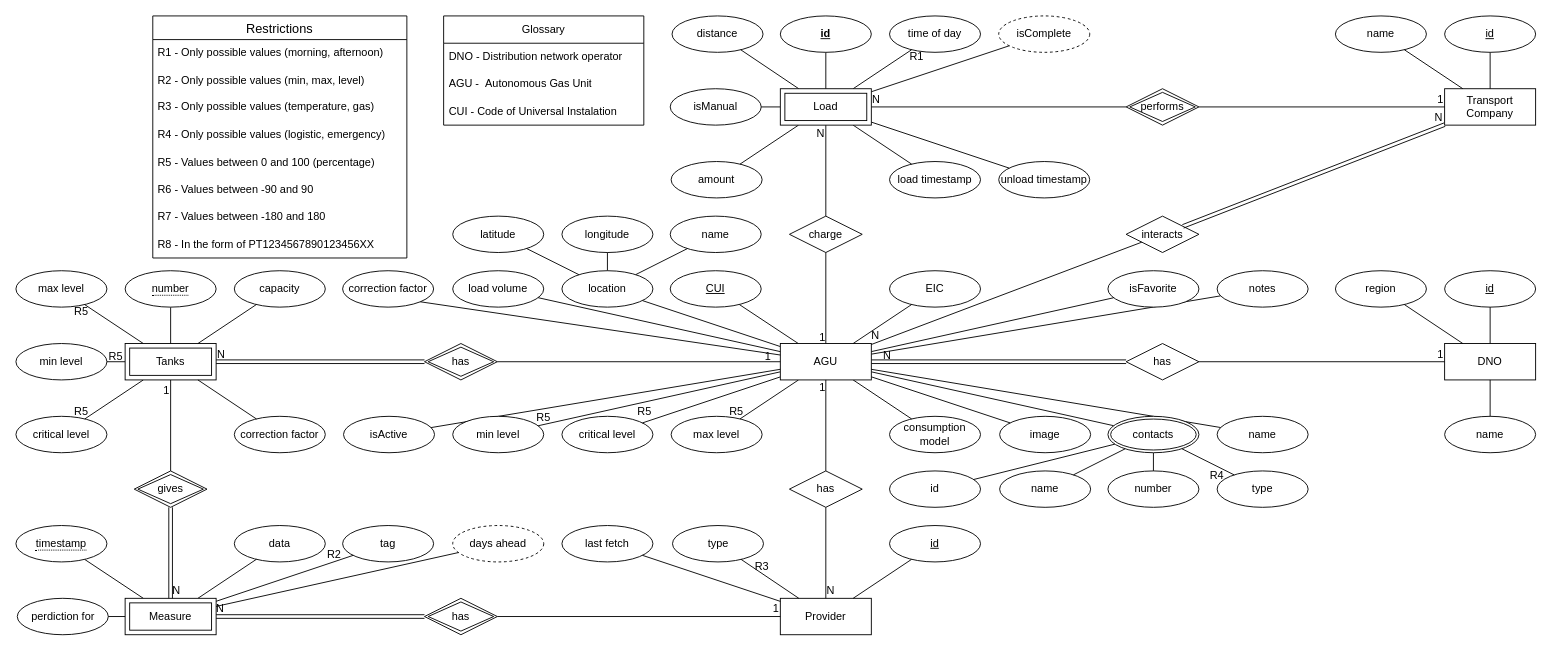
AGU-Data-System/AGU-Data-System keeps this draw.io diagram as page "Progress EA" (3 of 5) of docs/AGU-diagrams.drawio. Above is the earlier version. Source tidied: cells renumbered, new cells numbered last; positions are measured from the earlier drawing's top-left corner, leaving out a move shared by most shapes. Both pictures are drawn from the tidied source at 91%, with x=0, y=0 at pixel (15, 15).
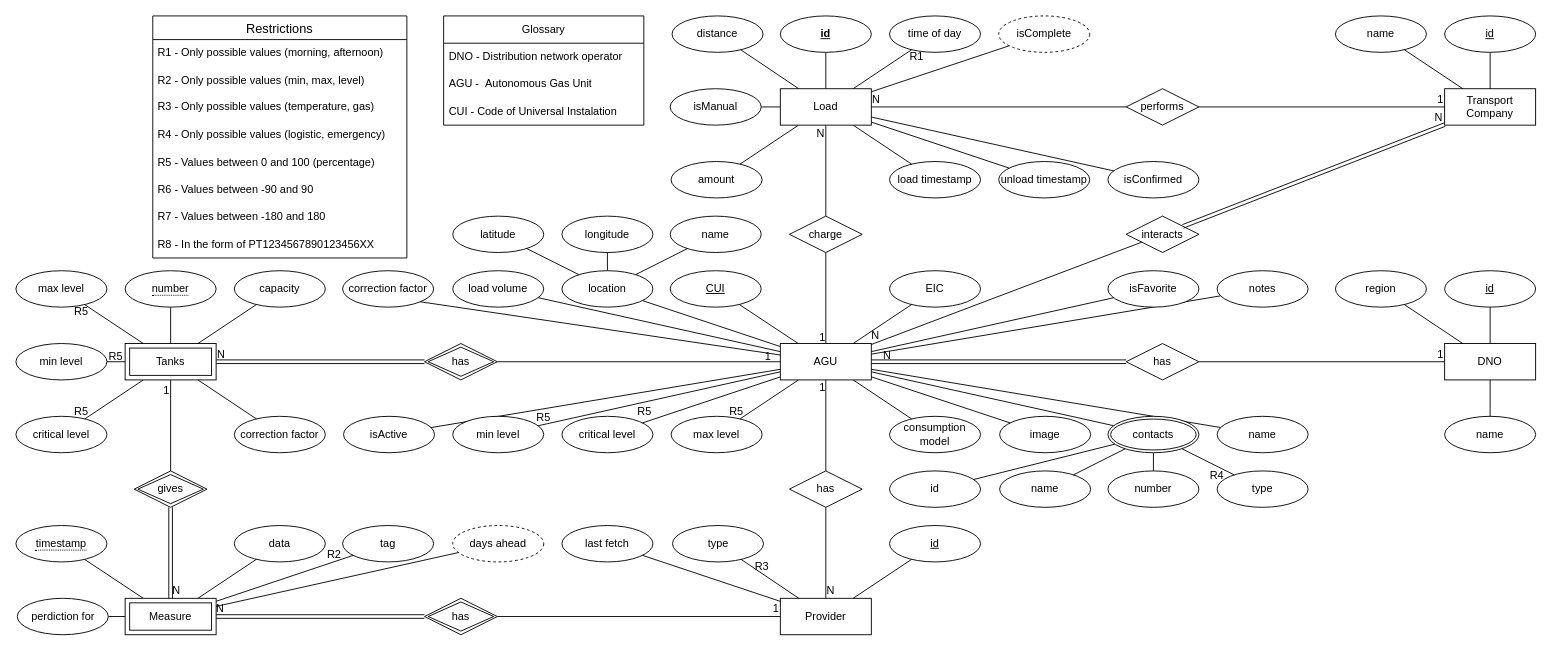
Above is the later version.

Commit message:
System diagrams

Unchanged cells that the change refers to:
```xml
<mxCell id="68" value="charge" style="shape=rhombus;perimeter=rhombusPerimeter;whiteSpace=wrap;html=1;align=center;" parent="1" vertex="1">
  <mxGeometry x="850" y="220" width="80" height="40" as="geometry" />
</mxCell>
```

What changed in the source:
```diff
@@
-    <mxCell id="16" style="endArrow=none;html=1;rounded=0;" parent="1" edge="1" source="68">
-      <mxGeometry relative="1" as="geometry">
-        <mxPoint x="890" y="120" as="targetPoint" />
-      </mxGeometry>
+    <mxCell id="16" style="endArrow=none;html=1;rounded=0;" parent="1" edge="1" source="68" target="166">
+      <mxGeometry relative="1" as="geometry" />
     </mxCell>
@@
-    <mxCell id="166" value="Load" style="shape=ext;margin=3;double=1;whiteSpace=wrap;html=1;align=center;" parent="1" vertex="1">
-      <mxGeometry x="840" y="80" width="100" height="40" as="geometry" />
-    </mxCell>
@@
+    <mxCell id="170" value="isConfirmed" style="ellipse;whiteSpace=wrap;html=1;align=center;" parent="1" vertex="1">
+      <mxGeometry x="1200" y="160" width="100" height="40" as="geometry" />
+    </mxCell>
+    <mxCell id="171" style="endArrow=none;html=1;rounded=0;" parent="1" edge="1" source="166" target="170">
+      <mxGeometry relative="1" as="geometry" />
+    </mxCell>
+    <mxCell id="166" value="Load" style="whiteSpace=wrap;html=1;align=center;" parent="1" vertex="1">
+      <mxGeometry x="840" y="80" width="100" height="40" as="geometry" />
+    </mxCell>
-    <mxCell id="169" value="performs" style="shape=rhombus;double=1;perimeter=rhombusPerimeter;whiteSpace=wrap;html=1;align=center;" parent="1" vertex="1">
+    <mxCell id="169" value="performs" style="shape=rhombus;perimeter=rhombusPerimeter;whiteSpace=wrap;html=1;align=center;" parent="1" vertex="1">
       <mxGeometry x="1220" y="80" width="80" height="40" as="geometry" />
     </mxCell>
```
